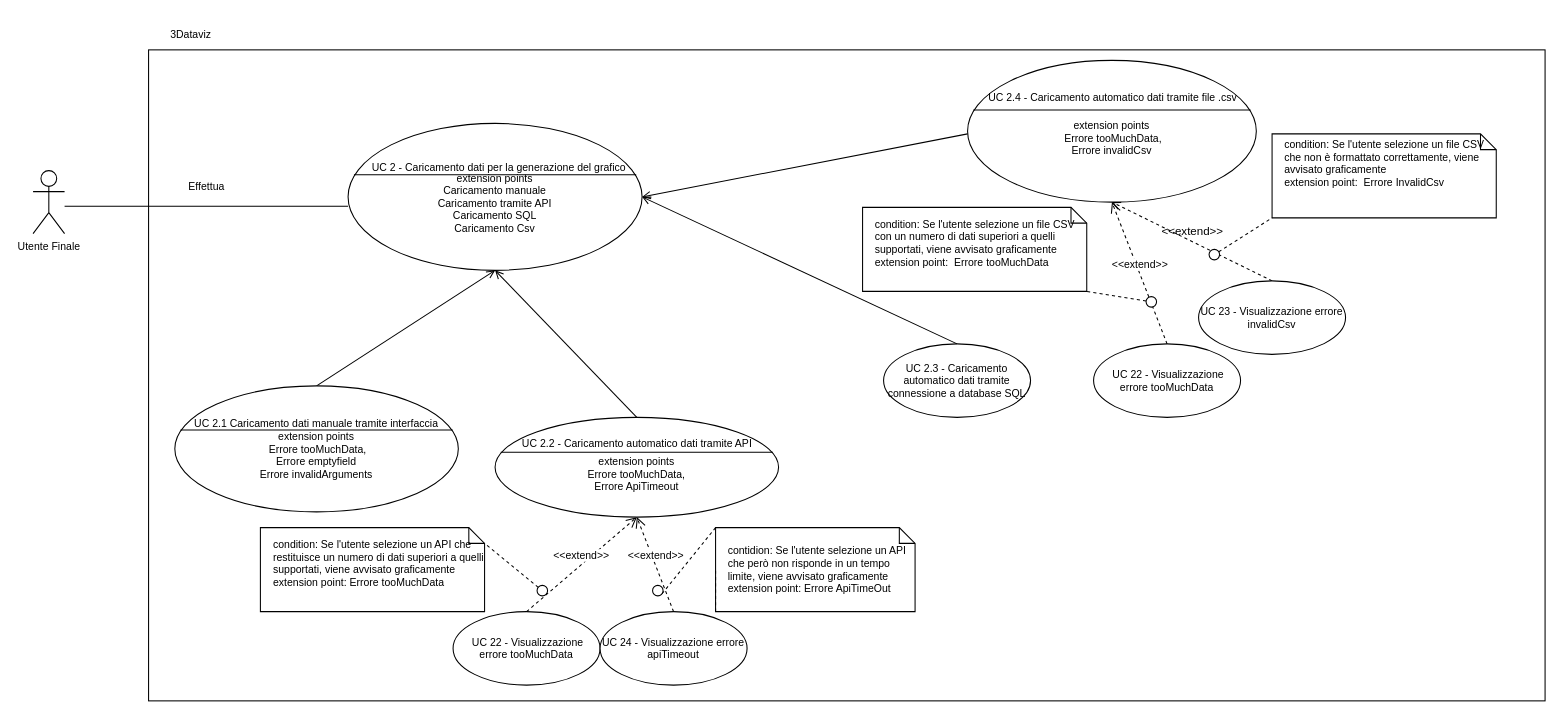
The draw.io diagram page "UC 2" (2 of 40) of img/adr/UC.drawio in Archi7echs-Team/archi7echs-team.github.io, before the edit. Source tidied: cells renumbered, new cells numbered last; positions are measured from the earlier drawing's top-left corner, leaving out a move shared by most shapes. Both pictures are drawn from the tidied source at 105%, with x=0, y=0 at pixel (33, 18).
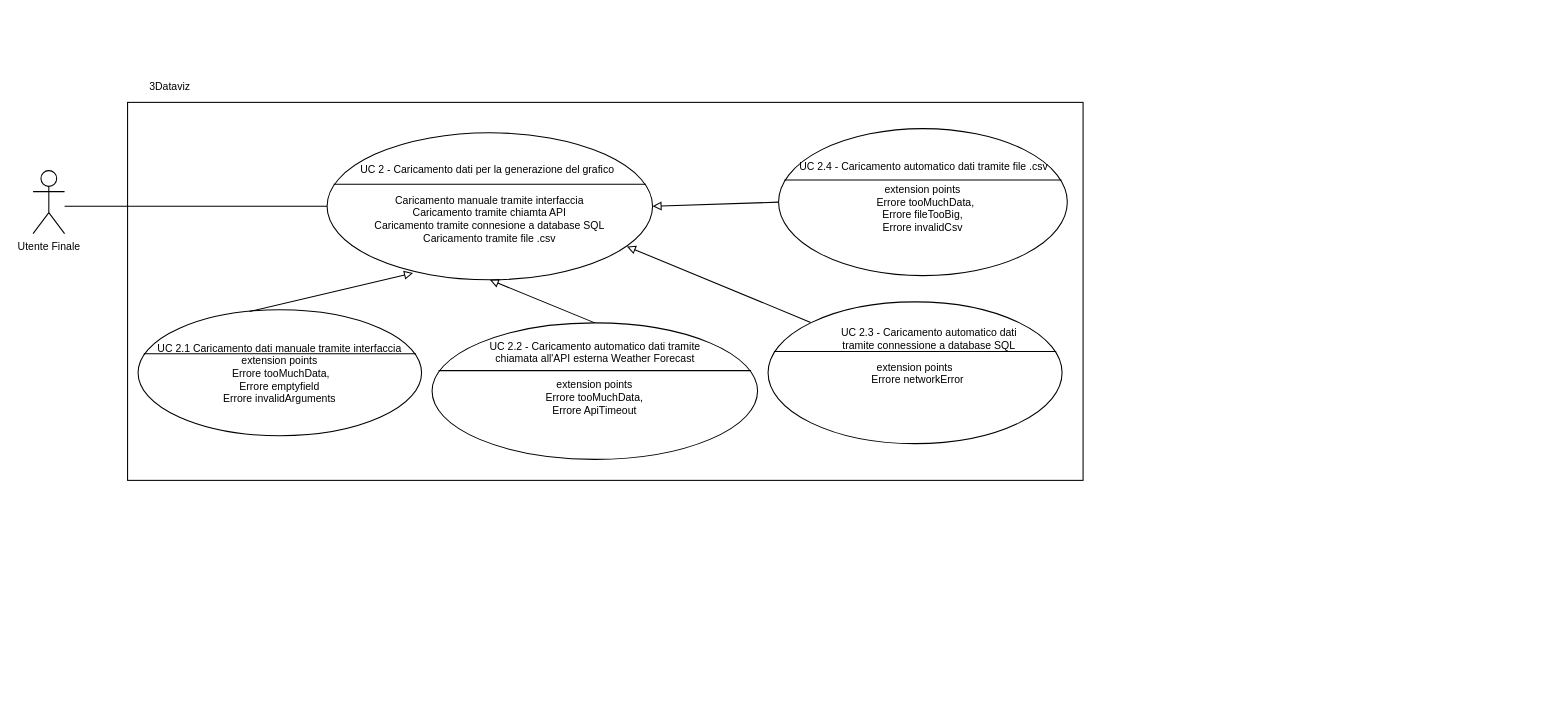
After the change.

What changed in the source:
```diff
@@
     <mxCell id="2" style="rounded=0;whiteSpace=wrap;html=1;fontSize=10;" parent="1" vertex="1">
-      <mxGeometry x="110" y="30" width="1330" height="620" as="geometry" />
+      <mxGeometry x="90" y="80" width="910" height="360" as="geometry" />
     </mxCell>
-    <mxCell id="3" value="&lt;font&gt;UC 2.3 - Caricamento automatico dati tramite connessione a database SQL&lt;/font&gt;" style="ellipse;whiteSpace=wrap;html=1;fontSize=10;" parent="1" vertex="1">
-      <mxGeometry x="810" y="310" width="140" height="70" as="geometry" />
-    </mxCell>
@@
     <mxCell id="5" value="3Dataviz" style="text;html=1;align=center;verticalAlign=middle;strokeColor=none;fillColor=none;fontSize=10;" parent="1" vertex="1">
-      <mxGeometry x="120" width="60" height="30" as="geometry" />
+      <mxGeometry x="100" y="50" width="60" height="30" as="geometry" />
     </mxCell>
@@
-    <mxCell id="7" value="Effettua" style="text;html=1;align=center;verticalAlign=middle;strokeColor=none;fillColor=none;fontSize=10;" parent="1" vertex="1">
-      <mxGeometry x="135" y="145" width="60" height="30" as="geometry" />
-    </mxCell>
-    <mxCell id="8" value="&amp;nbsp;UC 22 - Visualizzazione errore tooMuchData" style="ellipse;whiteSpace=wrap;html=1;fontSize=10;" parent="1" vertex="1">
-      <mxGeometry x="400" y="565" width="140" height="70" as="geometry" />
-    </mxCell>
-    <mxCell id="9" value="UC 24 - Visualizzazione errore apiTimeout" style="ellipse;whiteSpace=wrap;html=1;fontSize=10;" parent="1" vertex="1">
-      <mxGeometry x="540" y="565" width="140" height="70" as="geometry" />
-    </mxCell>
-    <mxCell id="10" value="&lt;font&gt;contidion: Se l'utente selezione un API che però non risponde in un tempo limite, viene avvisato graficamente&lt;/font&gt;&lt;div&gt;&lt;font&gt;extension point: Errore ApiTimeOut&lt;/font&gt;&lt;/div&gt;" style="shape=note;size=15;align=left;spacingLeft=10;html=1;whiteSpace=wrap;direction=east;fontSize=10;" parent="1" vertex="1">
-      <mxGeometry x="650" y="485" width="190" height="80" as="geometry" />
-    </mxCell>
-    <mxCell id="11" value="&lt;font&gt;condition: Se l'utente selezione un API che restituisce un numero di dati superiori a quelli supportati, viene avvisato graficamente&lt;/font&gt;&lt;div&gt;&lt;font&gt;extension point: Errore tooMuchData&lt;br&gt;&lt;/font&gt;&lt;div&gt;&lt;br&gt;&lt;/div&gt;&lt;/div&gt;" style="shape=note;size=15;align=left;spacingLeft=10;html=1;whiteSpace=wrap;fontSize=10;" parent="1" vertex="1">
-      <mxGeometry x="216.5" y="485" width="213.5" height="80" as="geometry" />
-    </mxCell>
-    <mxCell id="12" value="&amp;lt;&amp;lt;extend&amp;gt;&amp;gt;" style="html=1;verticalAlign=bottom;endArrow=open;dashed=1;endSize=8;curved=0;rounded=0;exitX=0.5;exitY=0;exitDx=0;exitDy=0;entryX=0.5;entryY=1;entryDx=0;entryDy=0;entryPerimeter=0;fontSize=10;" parent="1" edge="1" source="8" target="19">
-      <mxGeometry relative="1" as="geometry" />
-    </mxCell>
-    <mxCell id="13" value="&amp;lt;&amp;lt;extend&amp;gt;&amp;gt;" style="html=1;verticalAlign=bottom;endArrow=open;dashed=1;endSize=8;curved=0;rounded=0;exitX=0.5;exitY=0;exitDx=0;exitDy=0;entryX=0.5;entryY=1;entryDx=0;entryDy=0;entryPerimeter=0;fontSize=10;" parent="1" edge="1" source="9" target="19">
-      <mxGeometry relative="1" as="geometry" />
-    </mxCell>
-    <mxCell id="14" style="endArrow=none;dashed=1;html=1;rounded=0;entryX=0;entryY=0.5;entryDx=0;entryDy=0;entryPerimeter=0;exitX=0;exitY=1;exitDx=0;exitDy=0;exitPerimeter=0;fontSize=10;" parent="1" edge="1" source="10" target="10">
-      <mxGeometry relative="1" as="geometry" />
-    </mxCell>
-    <mxCell id="15" style="ellipse;whiteSpace=wrap;html=1;fontSize=10;" parent="1" vertex="1">
-      <mxGeometry x="590" y="540" width="10" height="10" as="geometry" />
-    </mxCell>
-    <mxCell id="16" value="&amp;lt;&amp;lt;extend&amp;gt;&amp;gt;" style="html=1;verticalAlign=bottom;labelBackgroundColor=none;endArrow=open;endFill=0;dashed=1;rounded=0;entryX=0.5;entryY=1;entryDx=0;entryDy=0;entryPerimeter=0;exitX=0.5;exitY=0;exitDx=0;exitDy=0;" parent="1" edge="1" source="31" target="23">
-      <mxGeometry relative="1" as="geometry" />
-    </mxCell>
-    <mxCell id="17" style="endArrow=none;dashed=1;html=1;rounded=0;entryX=0;entryY=0;entryDx=213.5;entryDy=15;entryPerimeter=0;fontSize=10;" parent="1" edge="1" source="18" target="11">
-      <mxGeometry relative="1" as="geometry" />
-    </mxCell>
-    <mxCell id="18" style="ellipse;whiteSpace=wrap;html=1;fontSize=10;" parent="1" vertex="1">
-      <mxGeometry x="480" y="540" width="10" height="10" as="geometry" />
-    </mxCell>
     <mxCell id="19" value="&lt;br&gt;extension points&lt;br&gt;&lt;span&gt;&amp;nbsp;Errore&amp;nbsp;&lt;/span&gt;tooMuchData&lt;span&gt;,&amp;nbsp;&lt;/span&gt;&lt;div&gt;Errore ApiTimeout&lt;/div&gt;" style="html=1;shape=mxgraph.sysml.useCaseExtPt;whiteSpace=wrap;align=center;fontSize=10;" parent="1" vertex="1">
-      <mxGeometry x="440" y="380" width="270" height="95" as="geometry" />
+      <mxGeometry x="380" y="290" width="310" height="130" as="geometry" />
     </mxCell>
     <mxCell id="20" style="html=1;verticalAlign=middle;align=center;labelBackgroundColor=none;fontStyle=1;fontSize=10;" parent="19" vertex="1">
-      <mxGeometry x="98.2" y="20.2" as="geometry" />
+      <mxGeometry x="94.3" y="27.6" as="geometry" />
     </mxCell>
-    <mxCell id="21" value="UC 2.2 - Caricamento automatico dati tramite API" style="text;html=1;align=center;verticalAlign=middle;strokeColor=none;fillColor=none;fontSize=10;" parent="19" vertex="1">
-      <mxGeometry x="15" y="10" width="240" height="30" as="geometry" />
+    <mxCell id="21" value="&lt;div&gt;UC 2.2 - Caricamento automatico dati tramite&lt;/div&gt;&lt;div&gt;chiamata all'API esterna Weather Forecast&lt;/div&gt;" style="text;html=1;align=center;verticalAlign=middle;strokeColor=none;fillColor=none;fontSize=10;" parent="19" vertex="1">
+      <mxGeometry x="40" y="7.6" width="230" height="40" as="geometry" />
     </mxCell>
-    <mxCell id="22" style="endArrow=none;dashed=1;html=1;rounded=0;entryX=1;entryY=1;entryDx=0;entryDy=0;exitX=0;exitY=0;exitDx=0;exitDy=0;exitPerimeter=0;fontSize=10;" parent="1" edge="1" source="10" target="15">
-      <mxGeometry relative="1" as="geometry" />
-    </mxCell>
-    <mxCell id="23" value="&lt;br&gt;extension points&lt;br&gt;&lt;span&gt;&amp;nbsp;&lt;/span&gt;&amp;nbsp;Errore&amp;nbsp;tooMuchData,&amp;nbsp;&lt;div&gt;Errore invalidCsv&lt;/div&gt;" style="html=1;shape=mxgraph.sysml.useCaseExtPt;whiteSpace=wrap;align=center;fontSize=10;" parent="1" vertex="1">
-      <mxGeometry x="890" y="40" width="275" height="135" as="geometry" />
+    <mxCell id="23" value="&lt;br&gt;&lt;div&gt;&lt;br&gt;&lt;/div&gt;&lt;div&gt;extension points&lt;/div&gt;&lt;div&gt;&lt;span&gt;&amp;nbsp;&lt;/span&gt;&amp;nbsp;Errore&amp;nbsp;tooMuchData,&lt;/div&gt;&lt;div&gt;Errore fileTooBig,&lt;/div&gt;&lt;div&gt;Errore invalidCsv &lt;br&gt;&lt;/div&gt;&lt;div&gt;&lt;br&gt;&lt;/div&gt;" style="html=1;shape=mxgraph.sysml.useCaseExtPt;whiteSpace=wrap;align=center;fontSize=10;" parent="1" vertex="1">
+      <mxGeometry x="710" y="105" width="275" height="140" as="geometry" />
     </mxCell>
     <mxCell id="24" style="html=1;verticalAlign=middle;align=center;labelBackgroundColor=none;fontStyle=1;fontSize=10;" parent="23" vertex="1">
-      <mxGeometry x="134.8" y="28.7" as="geometry" />
+      <mxGeometry x="134.8" y="29.7" as="geometry" />
     </mxCell>
     <mxCell id="25" value="UC 2.4 - Caricamento automatico dati tramite file .csv" style="text;html=1;align=center;verticalAlign=middle;strokeColor=none;fillColor=none;fontSize=10;" parent="23" vertex="1">
-      <mxGeometry x="7.5" y="20" width="260" height="30" as="geometry" />
+      <mxGeometry x="7.5" y="20.7" width="260" height="30" as="geometry" />
     </mxCell>
-    <mxCell id="26" value="&amp;nbsp;UC 22 - Visualizzazione errore tooMuchData" style="ellipse;whiteSpace=wrap;html=1;fontSize=10;" parent="1" vertex="1">
-      <mxGeometry x="1010" y="310" width="140" height="70" as="geometry" />
-    </mxCell>
-    <mxCell id="27" value="&lt;font&gt;condition: Se l'utente selezione un file CSV con un numero di dati superiori a quelli supportati, viene avvisato graficamente&lt;/font&gt;&lt;div&gt;&lt;font&gt;extension point:&amp;nbsp;&lt;span style=&quot;text-align: center;&quot;&gt;&amp;nbsp;Errore&amp;nbsp;&lt;/span&gt;&lt;span style=&quot;text-align: center;&quot;&gt;tooMuchData&lt;/span&gt;&lt;/font&gt;&lt;div&gt;&lt;br&gt;&lt;/div&gt;&lt;/div&gt;" style="shape=note;size=15;align=left;spacingLeft=10;html=1;whiteSpace=wrap;fontSize=10;" parent="1" vertex="1">
-      <mxGeometry x="790" y="180" width="213.5" height="80" as="geometry" />
-    </mxCell>
-    <mxCell id="28" value="&amp;lt;&amp;lt;extend&amp;gt;&amp;gt;" style="html=1;verticalAlign=bottom;endArrow=open;dashed=1;endSize=8;curved=0;rounded=0;exitX=0.5;exitY=0;exitDx=0;exitDy=0;fontSize=10;entryX=0.5;entryY=1;entryDx=0;entryDy=0;entryPerimeter=0;" parent="1" edge="1" source="26" target="23">
-      <mxGeometry relative="1" as="geometry" />
-    </mxCell>
-    <mxCell id="29" style="endArrow=none;dashed=1;html=1;rounded=0;entryX=1;entryY=1;entryDx=0;entryDy=0;entryPerimeter=0;fontSize=10;" parent="1" edge="1" source="30" target="27">
-      <mxGeometry relative="1" as="geometry" />
-    </mxCell>
-    <mxCell id="30" style="ellipse;whiteSpace=wrap;html=1;fontSize=10;" parent="1" vertex="1">
-      <mxGeometry x="1060" y="265" width="10" height="10" as="geometry" />
-    </mxCell>
-    <mxCell id="31" value="&lt;font&gt;UC 23 - Visualizzazione errore invalidCsv&lt;/font&gt;" style="ellipse;whiteSpace=wrap;html=1;fontSize=10;" parent="1" vertex="1">
-      <mxGeometry x="1110" y="250" width="140" height="70" as="geometry" />
-    </mxCell>
-    <mxCell id="32" value="condition: Se l'utente selezione un file CSV che non è formattato correttamente, viene avvisato graficamente&lt;div&gt;extension point:&amp;nbsp;&lt;span style=&quot;text-align: center;&quot;&gt;&amp;nbsp;&lt;/span&gt;&lt;span style=&quot;text-align: center; background-color: transparent; color: light-dark(rgb(0, 0, 0), rgb(255, 255, 255));&quot;&gt;Errore InvalidCsv&lt;/span&gt;&lt;div&gt;&lt;br&gt;&lt;br&gt;&lt;/div&gt;&lt;/div&gt;" style="shape=note;size=15;align=left;spacingLeft=10;html=1;whiteSpace=wrap;fontSize=10;" parent="1" vertex="1">
-      <mxGeometry x="1180" y="110" width="213.5" height="80" as="geometry" />
-    </mxCell>
-    <mxCell id="33" style="endArrow=none;dashed=1;html=1;rounded=0;entryX=0;entryY=1;entryDx=0;entryDy=0;entryPerimeter=0;fontSize=10;" parent="1" edge="1" source="34" target="32">
-      <mxGeometry relative="1" as="geometry" />
-    </mxCell>
-    <mxCell id="34" style="ellipse;whiteSpace=wrap;html=1;fontSize=10;" parent="1" vertex="1">
-      <mxGeometry x="1120" y="220" width="10" height="10" as="geometry" />
-    </mxCell>
-    <mxCell id="35" value="&lt;br&gt;extension points&lt;div&gt;Caricamento manuale&lt;/div&gt;&lt;div&gt;Caricamento tramite API&lt;/div&gt;&lt;div&gt;Caricamento SQL&lt;/div&gt;&lt;div&gt;Caricamento Csv&lt;/div&gt;" style="html=1;shape=mxgraph.sysml.useCaseExtPt;whiteSpace=wrap;align=center;fontSize=10;" parent="1" vertex="1">
-      <mxGeometry x="300" y="100" width="280" height="140" as="geometry" />
+    <mxCell id="35" value="&lt;br&gt;&lt;div&gt;&lt;br&gt;&lt;/div&gt;&lt;div&gt;Caricamento manuale tramite interfaccia&lt;br&gt;&lt;/div&gt;&lt;div&gt;Caricamento tramite chiamta API&lt;/div&gt;&lt;div&gt;Caricamento tramite connesione a database SQL&lt;/div&gt;&lt;div&gt;Caricamento tramite file .csv&lt;/div&gt;" style="html=1;shape=mxgraph.sysml.useCaseExtPt;whiteSpace=wrap;align=center;fontSize=10;" parent="1" vertex="1">
+      <mxGeometry x="280" y="109" width="310" height="140" as="geometry" />
     </mxCell>
     <mxCell id="36" style="html=1;verticalAlign=middle;align=center;labelBackgroundColor=none;fontStyle=1;" parent="35" vertex="1">
-      <mxGeometry x="140" y="29.8" as="geometry" />
+      <mxGeometry x="149.7" y="29.8" as="geometry" />
     </mxCell>
     <mxCell id="37" value="&lt;span style=&quot;font-family: Helvetica; font-size: 10px; font-style: normal; font-variant-ligatures: normal; font-variant-caps: normal; font-weight: 400; letter-spacing: normal; orphans: 2; text-align: center; text-indent: 0px; text-transform: none; widows: 2; word-spacing: 0px; -webkit-text-stroke-width: 0px; white-space: normal; text-decoration-thickness: initial; text-decoration-style: initial; text-decoration-color: initial; float: none; display: inline !important;&quot;&gt;&lt;font style=&quot;color: rgb(0, 0, 0);&quot;&gt;UC 2 - Caricamento dati per la generazione del grafico&lt;/font&gt;&lt;/span&gt;" style="text;whiteSpace=wrap;html=1;" parent="35" vertex="1">
-      <mxGeometry x="20.7" y="28" width="259.3" height="32.3" as="geometry" />
+      <mxGeometry x="30" y="21" width="287.8" height="32.3" as="geometry" />
     </mxCell>
-    <mxCell id="38" style="html=1;verticalAlign=bottom;labelBackgroundColor=none;endArrow=open;endFill=0;rounded=0;entryX=0.5;entryY=1;entryDx=0;entryDy=0;entryPerimeter=0;exitX=0.5;exitY=0;exitDx=0;exitDy=0;exitPerimeter=0;" parent="1" edge="1" source="42" target="35">
-      <mxGeometry relative="1" as="geometry" />
-    </mxCell>
-    <mxCell id="39" style="html=1;verticalAlign=bottom;labelBackgroundColor=none;endArrow=open;endFill=0;rounded=0;entryX=1;entryY=0.5;entryDx=0;entryDy=0;entryPerimeter=0;" parent="1" edge="1" target="35">
-      <mxGeometry relative="1" as="geometry">
-        <mxPoint x="890" y="110" as="sourcePoint" />
-      </mxGeometry>
+    <mxCell id="39" style="html=1;verticalAlign=bottom;labelBackgroundColor=none;endArrow=block;endFill=0;rounded=0;entryX=1;entryY=0.5;entryDx=0;entryDy=0;entryPerimeter=0;exitX=0;exitY=0.5;exitDx=0;exitDy=0;exitPerimeter=0;" parent="1" edge="1" source="23" target="35">
+      <mxGeometry relative="1" as="geometry" />
     </mxCell>
-    <mxCell id="40" style="html=1;verticalAlign=bottom;labelBackgroundColor=none;endArrow=open;endFill=0;rounded=0;entryX=1;entryY=0.5;entryDx=0;entryDy=0;entryPerimeter=0;exitX=0.5;exitY=0;exitDx=0;exitDy=0;" parent="1" edge="1" source="3" target="35">
-      <mxGeometry relative="1" as="geometry" />
-    </mxCell>
-    <mxCell id="41" style="html=1;verticalAlign=bottom;labelBackgroundColor=none;endArrow=open;endFill=0;rounded=0;entryX=0.5;entryY=1;entryDx=0;entryDy=0;entryPerimeter=0;exitX=0.5;exitY=0;exitDx=0;exitDy=0;exitPerimeter=0;" parent="1" edge="1" source="19" target="35">
+    <mxCell id="41" style="html=1;verticalAlign=bottom;labelBackgroundColor=none;endArrow=block;endFill=0;rounded=0;entryX=0.5;entryY=1;entryDx=0;entryDy=0;entryPerimeter=0;exitX=0.5;exitY=0;exitDx=0;exitDy=0;exitPerimeter=0;" parent="1" edge="1" source="19" target="35">
       <mxGeometry relative="1" as="geometry" />
     </mxCell>
     <mxCell id="42" value="UC 2.1 Caricamento dati manuale tramite interfaccia&lt;br&gt;extension points&lt;br&gt;&lt;span&gt;&amp;nbsp;&lt;/span&gt;&amp;nbsp;Errore&amp;nbsp;tooMuchData,&amp;nbsp;&lt;div&gt;Errore emptyfield&lt;/div&gt;&lt;div&gt;Errore invalidArguments&lt;/div&gt;" style="html=1;shape=mxgraph.sysml.useCaseExtPt;whiteSpace=wrap;align=center;fontSize=10;" parent="1" vertex="1">
-      <mxGeometry x="135" y="350" width="270" height="120" as="geometry" />
+      <mxGeometry x="100" y="277.5" width="270" height="120" as="geometry" />
     </mxCell>
@@
+    <mxCell id="38" style="html=1;verticalAlign=bottom;labelBackgroundColor=none;endArrow=block;endFill=0;rounded=0;entryX=0.264;entryY=0.954;entryDx=0;entryDy=0;entryPerimeter=0;exitX=0.393;exitY=0.014;exitDx=0;exitDy=0;exitPerimeter=0;" parent="1" edge="1" source="42" target="35">
+      <mxGeometry relative="1" as="geometry" />
+    </mxCell>
+    <mxCell id="40" style="html=1;verticalAlign=bottom;labelBackgroundColor=none;endArrow=block;endFill=0;rounded=0;entryX=0.921;entryY=0.773;entryDx=0;entryDy=0;entryPerimeter=0;exitX=0.145;exitY=0.145;exitDx=0;exitDy=0;exitPerimeter=0;" parent="1" edge="1" source="44" target="35">
+      <mxGeometry relative="1" as="geometry" />
+    </mxCell>
+    <mxCell id="44" value="extension points&lt;br&gt;&lt;span&gt;&amp;nbsp;&lt;/span&gt;&amp;nbsp;Errore networkError" style="html=1;shape=mxgraph.sysml.useCaseExtPt;whiteSpace=wrap;align=center;fontSize=10;" parent="1" vertex="1">
+      <mxGeometry x="700" y="270" width="280" height="135" as="geometry" />
+    </mxCell>
+    <mxCell id="45" style="html=1;verticalAlign=middle;align=center;labelBackgroundColor=none;fontStyle=1;fontSize=10;" parent="44" vertex="1">
+      <mxGeometry x="117" y="28.7" as="geometry" />
+    </mxCell>
+    <mxCell id="3" value="&lt;div&gt;&lt;font&gt;UC 2.3 - Caricamento automatico dati&lt;/font&gt;&lt;/div&gt;&lt;div&gt;&lt;font&gt;tramite connessione a database SQL&lt;/font&gt;&lt;/div&gt;" style="text;html=1;align=center;verticalAlign=middle;points=[];strokeColor=none;fillColor=none;fontSize=10;" parent="44" vertex="1">
+      <mxGeometry x="53.2" y="15" width="200" height="40" as="geometry" />
+    </mxCell>
```
